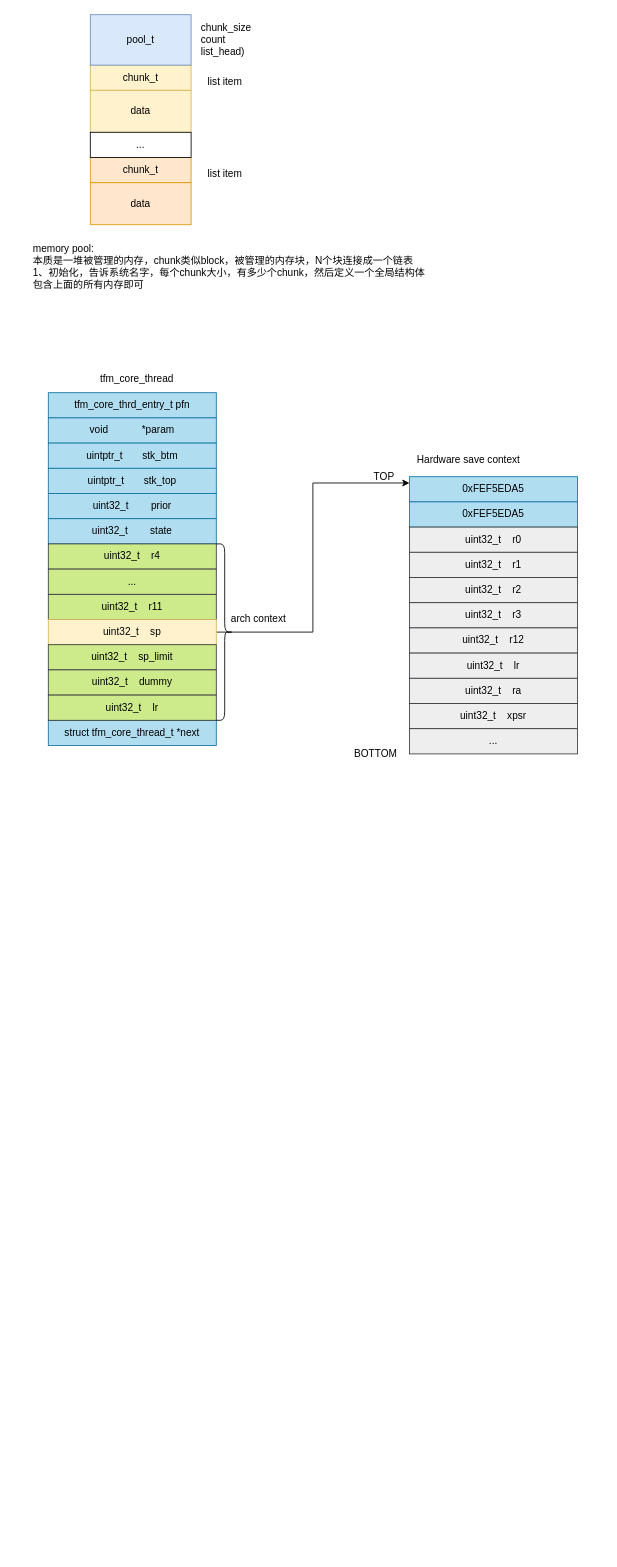
Earlier version of the draw.io diagram page "tfm code read" (11 of 11) of tfm.drawio (thomas-coding/drawio). Source tidied: cells renumbered, new cells numbered last; positions are measured from the earlier drawing's top-left corner, leaving out a move shared by most shapes. Both pictures are drawn from the tidied source at 84%, with x=0, y=0 at pixel (31, 14).
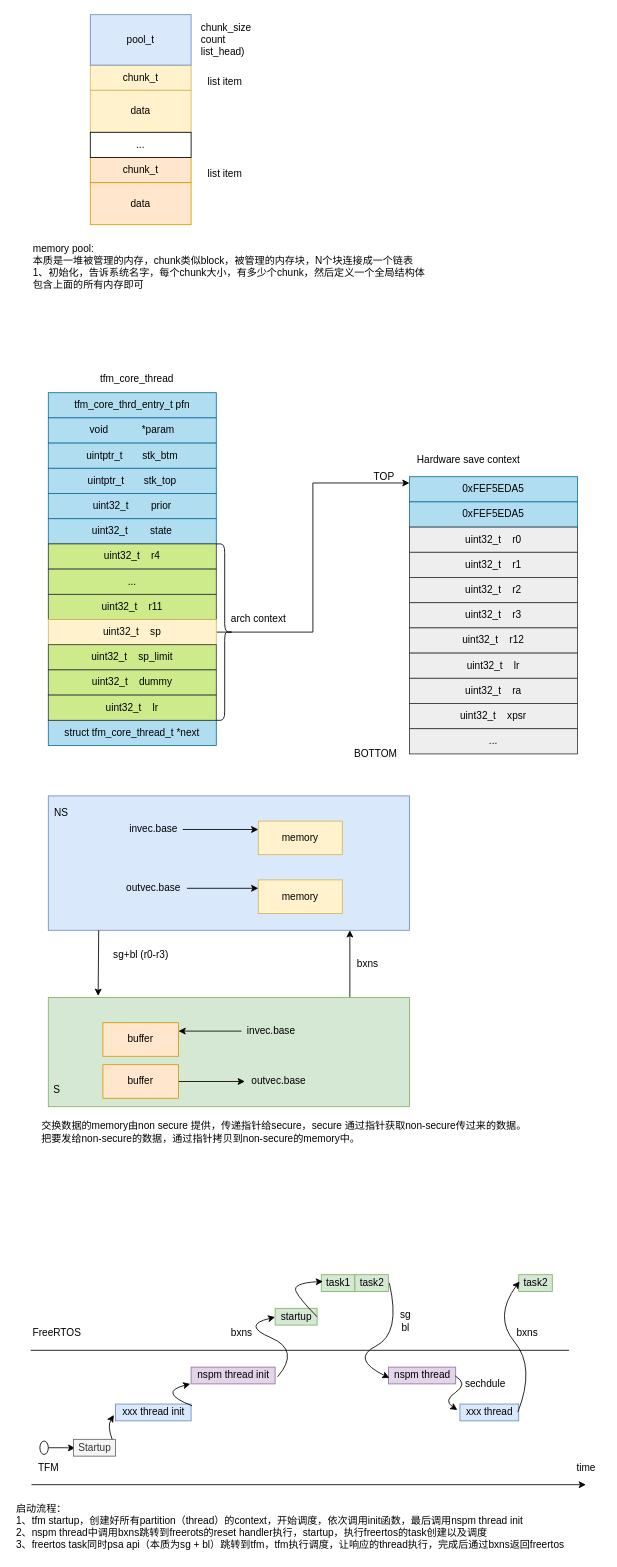
Above is the later version.

The edit, as a diff of the source:
```diff
@@
+    <mxCell id="44" style="rounded=0;whiteSpace=wrap;html=1;fillColor=#dae8fc;strokeColor=#6c8ebf;" parent="1" vertex="1">
+      <mxGeometry x="20" y="930" width="430" height="160" as="geometry" />
+    </mxCell>
+    <mxCell id="45" style="edgeStyle=orthogonalEdgeStyle;rounded=0;orthogonalLoop=1;jettySize=auto;html=1;entryX=0.5;entryY=1;entryDx=0;entryDy=0;" parent="1" edge="1">
+      <mxGeometry relative="1" as="geometry">
+        <mxPoint x="379" y="1170" as="sourcePoint" />
+        <mxPoint x="379" y="1090" as="targetPoint" />
+      </mxGeometry>
+    </mxCell>
+    <mxCell id="46" style="rounded=0;whiteSpace=wrap;html=1;fillColor=#d5e8d4;strokeColor=#82b366;" parent="1" vertex="1">
+      <mxGeometry x="20" y="1170" width="430" height="130" as="geometry" />
+    </mxCell>
+    <mxCell id="47" value="memory" style="rounded=0;whiteSpace=wrap;html=1;fillColor=#fff2cc;strokeColor=#d6b656;" parent="1" vertex="1">
+      <mxGeometry x="270" y="960" width="100" height="40" as="geometry" />
+    </mxCell>
+    <mxCell id="48" value="memory" style="rounded=0;whiteSpace=wrap;html=1;fillColor=#fff2cc;strokeColor=#d6b656;" parent="1" vertex="1">
+      <mxGeometry x="270" y="1030" width="100" height="40" as="geometry" />
+    </mxCell>
+    <mxCell id="49" style="edgeStyle=orthogonalEdgeStyle;rounded=0;jettySize=auto;html=1;entryX=0;entryY=0.25;entryDx=0;entryDy=0;" parent="1" edge="1" source="50" target="47">
+      <mxGeometry relative="1" as="geometry" />
+    </mxCell>
+    <mxCell id="50" value="invec.base" style="text;html=1;align=center;verticalAlign=middle;points=[];strokeColor=none;fillColor=none;" parent="1" vertex="1">
+      <mxGeometry x="110" y="960" width="70" height="20" as="geometry" />
+    </mxCell>
+    <mxCell id="51" style="edgeStyle=orthogonalEdgeStyle;rounded=0;jettySize=auto;html=1;entryX=0;entryY=0.25;entryDx=0;entryDy=0;" parent="1" edge="1" source="52" target="48">
+      <mxGeometry relative="1" as="geometry" />
+    </mxCell>
+    <mxCell id="52" value="outvec.base" style="text;html=1;align=center;verticalAlign=middle;points=[];strokeColor=none;fillColor=none;" parent="1" vertex="1">
+      <mxGeometry x="105" y="1030" width="80" height="20" as="geometry" />
+    </mxCell>
+    <mxCell id="53" value="S" style="text;html=1;align=center;verticalAlign=middle;strokeColor=none;fillColor=none;" parent="1" vertex="1">
+      <mxGeometry x="20" y="1270" width="20" height="20" as="geometry" />
+    </mxCell>
+    <mxCell id="54" value="NS" style="text;html=1;align=center;verticalAlign=middle;strokeColor=none;fillColor=none;" parent="1" vertex="1">
+      <mxGeometry x="20" y="940" width="30" height="20" as="geometry" />
+    </mxCell>
+    <mxCell id="55" style="endArrow=classic;html=1;rounded=0;entryX=0.138;entryY=-0.015;entryDx=0;entryDy=0;entryPerimeter=0;" parent="1" edge="1" target="46">
+      <mxGeometry relative="1" as="geometry">
+        <mxPoint x="80" y="1090" as="sourcePoint" />
+      </mxGeometry>
+    </mxCell>
+    <mxCell id="56" value="sg+bl (r0-r3)" style="text;html=1;align=center;verticalAlign=middle;strokeColor=none;fillColor=none;" parent="1" vertex="1">
+      <mxGeometry x="90" y="1110" width="80" height="20" as="geometry" />
+    </mxCell>
+    <mxCell id="57" value="buffer" style="rounded=0;whiteSpace=wrap;html=1;fillColor=#ffe6cc;strokeColor=#d79b00;" parent="1" vertex="1">
+      <mxGeometry x="85" y="1200" width="90" height="40" as="geometry" />
+    </mxCell>
+    <mxCell id="58" style="edgeStyle=orthogonalEdgeStyle;rounded=0;jettySize=auto;html=1;entryX=1;entryY=0.25;entryDx=0;entryDy=0;" parent="1" edge="1" source="59" target="57">
+      <mxGeometry relative="1" as="geometry" />
+    </mxCell>
+    <mxCell id="59" value="invec.base" style="text;html=1;align=center;verticalAlign=middle;points=[];strokeColor=none;fillColor=none;" parent="1" vertex="1">
+      <mxGeometry x="250" y="1200" width="70" height="20" as="geometry" />
+    </mxCell>
+    <mxCell id="60" style="edgeStyle=orthogonalEdgeStyle;rounded=0;jettySize=auto;html=1;" parent="1" edge="1" source="61" target="62">
+      <mxGeometry relative="1" as="geometry" />
+    </mxCell>
+    <mxCell id="61" value="buffer" style="rounded=0;whiteSpace=wrap;html=1;fillColor=#ffe6cc;strokeColor=#d79b00;" parent="1" vertex="1">
+      <mxGeometry x="85" y="1250" width="90" height="40" as="geometry" />
+    </mxCell>
+    <mxCell id="62" value="outvec.base" style="text;html=1;align=center;verticalAlign=middle;points=[];strokeColor=none;fillColor=none;" parent="1" vertex="1">
+      <mxGeometry x="254" y="1260" width="80" height="20" as="geometry" />
+    </mxCell>
+    <mxCell id="63" value="交换数据的memory由non secure 提供，传递指针给secure，secure 通过指针获取non-secure传过来的数据。&lt;br&gt;把要发给non-secure的数据，通过指针拷贝到non-secure的memory中。" style="text;html=1;align=left;verticalAlign=middle;strokeColor=none;fillColor=none;" parent="1" vertex="1">
+      <mxGeometry x="10" y="1315" width="590" height="30" as="geometry" />
+    </mxCell>
+    <mxCell id="64" value="bxns" style="text;html=1;align=center;verticalAlign=middle;strokeColor=none;fillColor=none;" parent="1" vertex="1">
+      <mxGeometry x="380" y="1120" width="40" height="20" as="geometry" />
+    </mxCell>
+    <mxCell id="65" style="endArrow=classic;html=1;rounded=0;" parent="1" edge="1">
+      <mxGeometry relative="1" as="geometry">
+        <mxPoint y="1750" as="sourcePoint" />
+        <mxPoint x="660" y="1750" as="targetPoint" />
+      </mxGeometry>
+    </mxCell>
+    <mxCell id="66" style="endArrow=none;html=1;rounded=0;" parent="1" edge="1">
+      <mxGeometry relative="1" as="geometry">
+        <mxPoint x="-1" y="1590" as="sourcePoint" />
+        <mxPoint x="640" y="1590" as="targetPoint" />
+      </mxGeometry>
+    </mxCell>
+    <mxCell id="67" value="TFM" style="text;html=1;align=center;verticalAlign=middle;strokeColor=none;fillColor=none;" parent="1" vertex="1">
+      <mxGeometry y="1720" width="40" height="20" as="geometry" />
+    </mxCell>
+    <mxCell id="68" value="FreeRTOS" style="text;html=1;align=center;verticalAlign=middle;strokeColor=none;fillColor=none;" parent="1" vertex="1">
+      <mxGeometry x="-5" y="1560" width="70" height="20" as="geometry" />
+    </mxCell>
+    <mxCell id="69" style="edgeStyle=orthogonalEdgeStyle;rounded=0;jettySize=auto;html=1;entryX=0.04;entryY=0.525;entryDx=0;entryDy=0;entryPerimeter=0;" parent="1" edge="1" source="70" target="71">
+      <mxGeometry relative="1" as="geometry" />
+    </mxCell>
+    <mxCell id="70" style="ellipse;whiteSpace=wrap;html=1;" parent="1" vertex="1">
+      <mxGeometry x="10" y="1698" width="10" height="16" as="geometry" />
+    </mxCell>
+    <mxCell id="71" value="Startup" style="text;html=1;align=center;verticalAlign=middle;points=[];strokeColor=#666666;fillColor=#f5f5f5;fontColor=#333333;" parent="1" vertex="1">
+      <mxGeometry x="50" y="1696" width="50" height="20" as="geometry" />
+    </mxCell>
+    <mxCell id="72" value="xxx thread init" style="text;html=1;align=center;verticalAlign=middle;points=[];strokeColor=#6c8ebf;fillColor=#dae8fc;" parent="1" vertex="1">
+      <mxGeometry x="100" y="1654" width="90" height="20" as="geometry" />
+    </mxCell>
+    <mxCell id="73" value="nspm thread init" style="text;html=1;align=center;verticalAlign=middle;points=[];strokeColor=#9673a6;fillColor=#e1d5e7;" parent="1" vertex="1">
+      <mxGeometry x="190" y="1610" width="100" height="20" as="geometry" />
+    </mxCell>
+    <mxCell id="74" style="curved=1;endArrow=classic;html=1;rounded=0;exitX=1.011;exitY=0.1;exitDx=0;exitDy=0;exitPerimeter=0;entryX=-0.01;entryY=1;entryDx=0;entryDy=0;entryPerimeter=0;" parent="1" edge="1" source="72" target="73">
+      <mxGeometry relative="1" as="geometry">
+        <Array as="points">
+          <mxPoint x="150" y="1640" />
+        </Array>
+      </mxGeometry>
+    </mxCell>
+    <mxCell id="75" style="curved=1;endArrow=classic;html=1;rounded=0;exitX=0.92;exitY=0;exitDx=0;exitDy=0;exitPerimeter=0;entryX=-0.022;entryY=0.65;entryDx=0;entryDy=0;entryPerimeter=0;" parent="1" edge="1" source="71" target="72">
+      <mxGeometry relative="1" as="geometry">
+        <Array as="points">
+          <mxPoint x="90" y="1680" />
+        </Array>
+      </mxGeometry>
+    </mxCell>
+    <mxCell id="76" value="startup" style="text;html=1;align=center;verticalAlign=middle;points=[];strokeColor=#82b366;fillColor=#d5e8d4;" parent="1" vertex="1">
+      <mxGeometry x="290" y="1540" width="50" height="20" as="geometry" />
+    </mxCell>
+    <mxCell id="77" style="curved=1;endArrow=classic;html=1;rounded=0;entryX=0;entryY=0.525;entryDx=0;entryDy=0;entryPerimeter=0;exitX=1.03;exitY=0.575;exitDx=0;exitDy=0;exitPerimeter=0;" parent="1" edge="1" source="73" target="76">
+      <mxGeometry relative="1" as="geometry">
+        <Array as="points">
+          <mxPoint x="320" y="1590" />
+          <mxPoint x="250" y="1560" />
+        </Array>
+      </mxGeometry>
+    </mxCell>
+    <mxCell id="78" value="bxns" style="text;html=1;align=center;verticalAlign=middle;strokeColor=none;fillColor=none;" parent="1" vertex="1">
+      <mxGeometry x="230" y="1560" width="40" height="20" as="geometry" />
+    </mxCell>
+    <mxCell id="79" value="task1" style="text;html=1;align=center;verticalAlign=middle;points=[];strokeColor=#82b366;fillColor=#d5e8d4;" parent="1" vertex="1">
+      <mxGeometry x="345" y="1500" width="40" height="20" as="geometry" />
+    </mxCell>
+    <mxCell id="80" style="curved=1;endArrow=classic;html=1;rounded=0;entryX=0.05;entryY=0.4;entryDx=0;entryDy=0;entryPerimeter=0;" parent="1" edge="1" target="79">
+      <mxGeometry relative="1" as="geometry">
+        <mxPoint x="340" y="1550" as="sourcePoint" />
+        <Array as="points">
+          <mxPoint x="320" y="1530" />
+          <mxPoint x="310" y="1510" />
+        </Array>
+      </mxGeometry>
+    </mxCell>
+    <mxCell id="81" value="task2" style="text;html=1;align=center;verticalAlign=middle;strokeColor=#82b366;fillColor=#d5e8d4;" parent="1" vertex="1">
+      <mxGeometry x="385" y="1500" width="40" height="20" as="geometry" />
+    </mxCell>
+    <mxCell id="82" value="nspm thread" style="text;html=1;align=center;verticalAlign=middle;points=[];strokeColor=#9673a6;fillColor=#e1d5e7;" parent="1" vertex="1">
+      <mxGeometry x="425" y="1610" width="80" height="20" as="geometry" />
+    </mxCell>
+    <mxCell id="83" style="curved=1;endArrow=classic;html=1;rounded=0;entryX=0.013;entryY=0.65;entryDx=0;entryDy=0;entryPerimeter=0;" parent="1" edge="1" target="82">
+      <mxGeometry relative="1" as="geometry">
+        <mxPoint x="426" y="1510" as="sourcePoint" />
+        <Array as="points">
+          <mxPoint x="440" y="1570" />
+          <mxPoint x="380" y="1600" />
+        </Array>
+      </mxGeometry>
+    </mxCell>
+    <mxCell id="84" value="sg&lt;br&gt;bl" style="text;html=1;align=center;verticalAlign=middle;strokeColor=none;fillColor=none;" parent="1" vertex="1">
+      <mxGeometry x="430" y="1540" width="30" height="30" as="geometry" />
+    </mxCell>
+    <mxCell id="85" value="xxx thread" style="text;html=1;align=center;verticalAlign=middle;points=[];strokeColor=#6c8ebf;fillColor=#dae8fc;" parent="1" vertex="1">
+      <mxGeometry x="510" y="1654" width="70" height="20" as="geometry" />
+    </mxCell>
+    <mxCell id="86" style="curved=1;endArrow=classic;html=1;rounded=0;exitX=0.994;exitY=0.525;exitDx=0;exitDy=0;exitPerimeter=0;entryX=-0.043;entryY=0.35;entryDx=0;entryDy=0;entryPerimeter=0;" parent="1" edge="1" source="82" target="85">
+      <mxGeometry relative="1" as="geometry">
+        <Array as="points">
+          <mxPoint x="520" y="1630" />
+          <mxPoint x="490" y="1650" />
+        </Array>
+      </mxGeometry>
+    </mxCell>
+    <mxCell id="87" value="sechdule" style="text;html=1;align=center;verticalAlign=middle;strokeColor=none;fillColor=none;" parent="1" vertex="1">
+      <mxGeometry x="510" y="1620" width="60" height="20" as="geometry" />
+    </mxCell>
+    <mxCell id="88" value="task2" style="text;html=1;align=center;verticalAlign=middle;points=[];strokeColor=#82b366;fillColor=#d5e8d4;" parent="1" vertex="1">
+      <mxGeometry x="580" y="1500" width="40" height="20" as="geometry" />
+    </mxCell>
+    <mxCell id="89" style="curved=1;endArrow=classic;html=1;rounded=0;exitX=0.986;exitY=0.475;exitDx=0;exitDy=0;exitPerimeter=0;entryX=0.025;entryY=0.4;entryDx=0;entryDy=0;entryPerimeter=0;" parent="1" edge="1" source="85" target="88">
+      <mxGeometry relative="1" as="geometry">
+        <Array as="points">
+          <mxPoint x="600" y="1610" />
+          <mxPoint x="550" y="1550" />
+        </Array>
+      </mxGeometry>
+    </mxCell>
+    <mxCell id="90" value="bxns" style="text;html=1;align=center;verticalAlign=middle;strokeColor=none;fillColor=none;" parent="1" vertex="1">
+      <mxGeometry x="570" y="1560" width="40" height="20" as="geometry" />
+    </mxCell>
+    <mxCell id="91" value="time" style="text;html=1;align=center;verticalAlign=middle;strokeColor=none;fillColor=none;" parent="1" vertex="1">
+      <mxGeometry x="640" y="1720" width="40" height="20" as="geometry" />
+    </mxCell>
+    <mxCell id="92" value="启动流程：&lt;br&gt;1、tfm startup，创建好所有partition（thread）的context，开始调度，依次调用init函数，最后调用nspm thread init&lt;br&gt;2、nspm thread中调用bxns跳转到freerots的reset handler执行，startup，执行freertos的task创建以及调度&lt;br&gt;3、freertos task同时psa api（本质为sg + bl）跳转到tfm，tfm执行调度，让响应的thread执行，完成后通过bxns返回freertos" style="text;html=1;align=left;verticalAlign=middle;strokeColor=none;fillColor=none;" parent="1" vertex="1">
+      <mxGeometry x="-20" y="1770" width="670" height="60" as="geometry" />
+    </mxCell>
```
